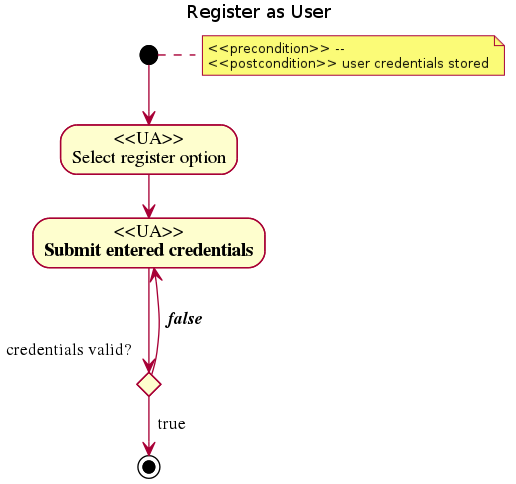
Before: images/gsoc/2012/bugpile/register-as-user-uml-roa.png, a diagram exported from PlantUML (bzg/worg).
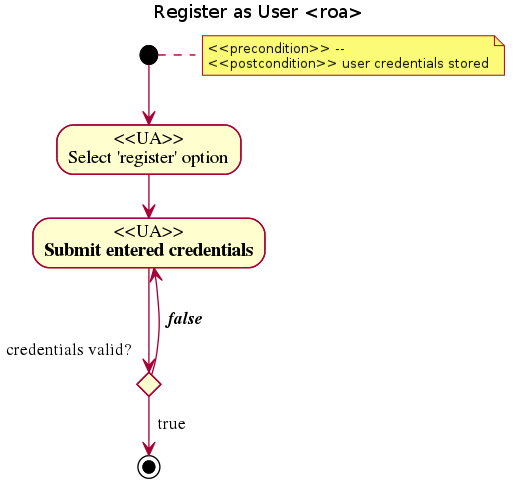
The same diagram one commit later.

Commit message:
[gsoc12] edit-user-details-uml-roa.png added and plantuml sourceblock in iorg finished.

The edit, as a diff of the source:
```diff
@@ -1,7 +1,7 @@
 @startuml
-title Register as User
+title Register as User <roa>
 note right: <<precondition>> -- \n<<postcondition>> user credentials stored
-(*) -->  "<<UA>>\nSelect register option"
+(*) -->  "<<UA>>\nSelect 'register' option"
 --> "<<UA>>\nSubmit entered credentials"
 if "credentials valid?                                   " then
   --> [  true]  (*)
```
